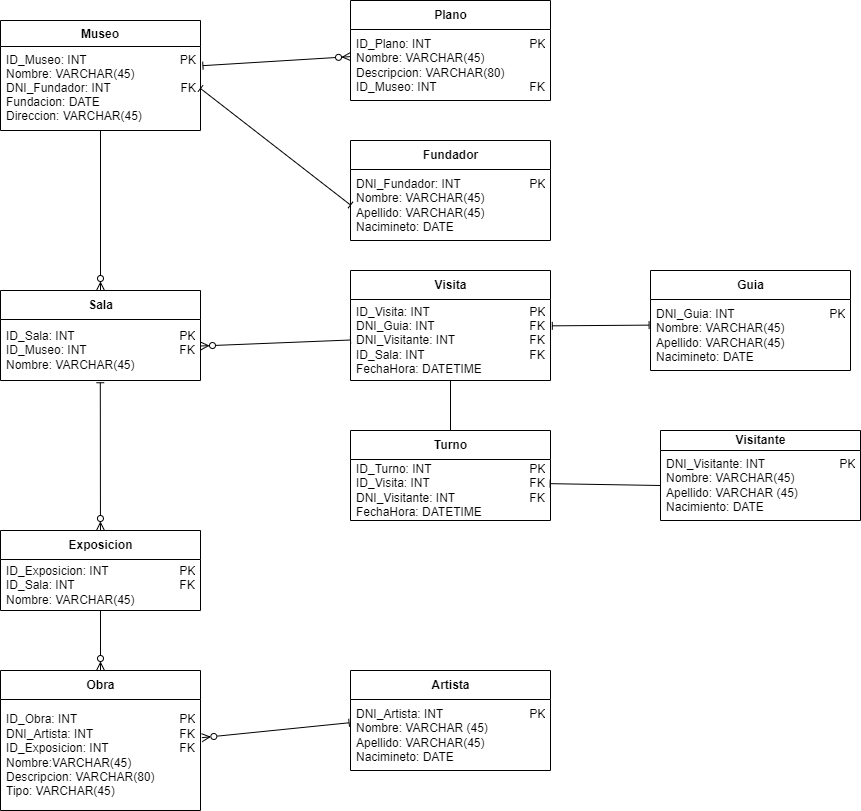
The draw.io diagram docs/Diagrama_Entidad_Relacion.drawio.png in ArturoCruz606/OlimpiadaMuseo2022, before a commit. Source tidied: cells renumbered, new cells last; positions are measured from the earlier drawing's top-left corner, leaving out a move shared by most shapes.
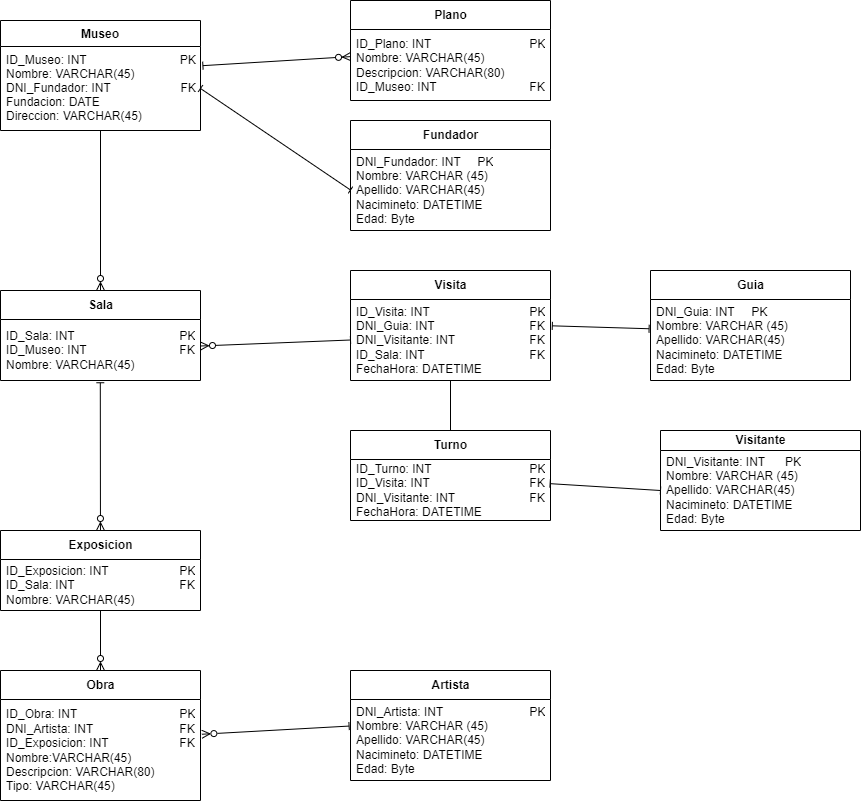
The same diagram one commit later.

Commit message:
Cambios minimos en DER

The edit, as a diff of the source:
```diff
@@ -39,10 +39,10 @@
       <mxGeometry y="29" width="200" height="81" as="geometry" />
     </mxCell>
     <mxCell id="14" value="Visitante" style="swimlane;fontStyle=1;align=center;verticalAlign=middle;horizontal=1;startSize=20;html=1;" parent="1" vertex="1">
-      <mxGeometry x="660" y="430" width="200" height="90" as="geometry" />
+      <mxGeometry x="660" y="430" width="200" height="100" as="geometry" />
     </mxCell>
-    <mxCell id="15" value="DNI_Visitante: INT&amp;nbsp;&lt;span style=&quot;white-space: pre&quot;&gt;&#9;&lt;/span&gt;&lt;span style=&quot;white-space: pre&quot;&gt;&#9;&lt;/span&gt;&lt;span style=&quot;white-space: pre&quot;&gt;&#9;&lt;/span&gt;&amp;nbsp; &amp;nbsp; PK&lt;br&gt;Nombre: VARCHAR(45)&lt;br&gt;Apellido: VARCHAR (45)&lt;br&gt;Nacimiento: DATE" style="text;html=1;strokeColor=none;fillColor=none;align=left;verticalAlign=middle;spacingLeft=4;spacingRight=4;overflow=hidden;points=[[0,0.5],[1,0.5]];portConstraint=eastwest;" parent="14" vertex="1">
-      <mxGeometry y="20" width="200" height="70" as="geometry" />
+    <mxCell id="15" value="DNI_Visitante: INT&amp;nbsp;&lt;span&gt;&#9;&lt;/span&gt;&lt;span&gt;&#9;&lt;/span&gt;&lt;span&gt;&#9;&lt;/span&gt;&amp;nbsp; &amp;nbsp; PK&lt;br&gt;Nombre: VARCHAR (45)&lt;br&gt;Apellido: VARCHAR(45)&lt;br&gt;Nacimineto: DATETIME&lt;br&gt;Edad: Byte" style="text;html=1;strokeColor=none;fillColor=none;align=left;verticalAlign=middle;spacingLeft=4;spacingRight=4;overflow=hidden;points=[[0,0.5],[1,0.5]];portConstraint=eastwest;" parent="14" vertex="1">
+      <mxGeometry y="20" width="200" height="80" as="geometry" />
     </mxCell>
     <mxCell id="16" value="Turno" style="swimlane;fontStyle=1;align=center;verticalAlign=middle;horizontal=1;startSize=29;html=1;" parent="1" vertex="1">
       <mxGeometry x="350" y="430" width="200" height="90" as="geometry" />
@@ -63,10 +63,10 @@
       <mxGeometry y="29" width="200" height="61" as="geometry" />
     </mxCell>
     <mxCell id="22" value="Guia" style="swimlane;fontStyle=1;align=center;verticalAlign=middle;horizontal=1;startSize=29;html=1;" parent="1" vertex="1">
-      <mxGeometry x="650" y="270" width="200" height="100" as="geometry" />
+      <mxGeometry x="650" y="270" width="200" height="110" as="geometry" />
     </mxCell>
-    <mxCell id="23" value="DNI_Guia: INT&lt;span style=&quot;white-space: pre&quot;&gt;&#9;&lt;/span&gt;&lt;span style=&quot;white-space: pre&quot;&gt;&#9;&lt;/span&gt;&lt;span style=&quot;white-space: pre&quot;&gt;&#9;&lt;/span&gt;&amp;nbsp; &amp;nbsp; PK&lt;br&gt;Nombre: VARCHAR(45)&lt;br&gt;Apellido: VARCHAR(45)&lt;br&gt;Nacimineto: DATE" style="text;html=1;strokeColor=none;fillColor=none;align=left;verticalAlign=middle;spacingLeft=4;spacingRight=4;overflow=hidden;points=[[0,0.5],[1,0.5]];portConstraint=eastwest;" parent="22" vertex="1">
-      <mxGeometry y="29" width="200" height="71" as="geometry" />
+    <mxCell id="23" value="DNI_Guia: INT&lt;span&gt;&#9;&lt;/span&gt;&lt;span&gt;&#9;&lt;/span&gt;&lt;span&gt;&#9;&lt;/span&gt;&amp;nbsp; &amp;nbsp; PK&lt;br&gt;Nombre: VARCHAR (45)&lt;br&gt;Apellido: VARCHAR(45)&lt;br&gt;Nacimineto: DATETIME&lt;br&gt;Edad: Byte" style="text;html=1;strokeColor=none;fillColor=none;align=left;verticalAlign=middle;spacingLeft=4;spacingRight=4;overflow=hidden;points=[[0,0.5],[1,0.5]];portConstraint=eastwest;" parent="22" vertex="1">
+      <mxGeometry y="29" width="200" height="81" as="geometry" />
     </mxCell>
     <mxCell id="24" style="edgeStyle=none;html=1;exitX=1.009;exitY=0.325;exitDx=0;exitDy=0;startArrow=baseDash;startFill=0;endArrow=baseDash;endFill=0;exitPerimeter=0;entryX=-0.007;entryY=0.361;entryDx=0;entryDy=0;entryPerimeter=0;" parent="1" edge="1" source="13" target="23">
       <mxGeometry relative="1" as="geometry" />
@@ -75,25 +75,25 @@
       <mxGeometry relative="1" as="geometry" />
     </mxCell>
     <mxCell id="26" value="Fundador" style="swimlane;fontStyle=1;align=center;verticalAlign=middle;horizontal=1;startSize=29;html=1;" parent="1" vertex="1">
-      <mxGeometry x="350" y="140" width="200" height="100" as="geometry" />
+      <mxGeometry x="350" y="120" width="200" height="110" as="geometry" />
     </mxCell>
-    <mxCell id="27" value="DNI_Fundador: INT&lt;span style=&quot;white-space: pre&quot;&gt;&#9;&lt;/span&gt;&lt;span style=&quot;white-space: pre&quot;&gt;&#9;&lt;/span&gt;&lt;span style=&quot;white-space: pre&quot;&gt;&#9;&lt;/span&gt;&amp;nbsp; &amp;nbsp; PK&lt;br&gt;Nombre: VARCHAR(45)&lt;br&gt;Apellido: VARCHAR(45)&lt;br&gt;Nacimineto: DATE" style="text;html=1;strokeColor=none;fillColor=none;align=left;verticalAlign=middle;spacingLeft=4;spacingRight=4;overflow=hidden;points=[[0,0.5],[1,0.5]];portConstraint=eastwest;" parent="26" vertex="1">
-      <mxGeometry y="29" width="200" height="71" as="geometry" />
+    <mxCell id="27" value="DNI_Fundador: INT&lt;span&gt;&#9;&lt;/span&gt;&lt;span&gt;&#9;&lt;/span&gt;&lt;span&gt;&#9;&lt;/span&gt;&amp;nbsp; &amp;nbsp; PK&lt;br&gt;Nombre: VARCHAR (45)&lt;br&gt;Apellido: VARCHAR(45)&lt;br&gt;Nacimineto: DATETIME&lt;br&gt;Edad: Byte" style="text;html=1;strokeColor=none;fillColor=none;align=left;verticalAlign=middle;spacingLeft=4;spacingRight=4;overflow=hidden;points=[[0,0.5],[1,0.5]];portConstraint=eastwest;" parent="26" vertex="1">
+      <mxGeometry y="29" width="200" height="81" as="geometry" />
     </mxCell>
     <mxCell id="28" style="edgeStyle=none;html=1;exitX=1;exitY=0.5;exitDx=0;exitDy=0;startArrow=baseDash;startFill=0;endArrow=baseDash;endFill=0;entryX=0;entryY=0.5;entryDx=0;entryDy=0;" parent="1" edge="1" source="3" target="27">
       <mxGeometry relative="1" as="geometry" />
     </mxCell>
     <mxCell id="29" value="Artista" style="swimlane;fontStyle=1;align=center;verticalAlign=middle;horizontal=1;startSize=29;html=1;" parent="1" vertex="1">
-      <mxGeometry x="350" y="670" width="200" height="100" as="geometry" />
+      <mxGeometry x="350" y="670" width="200" height="110" as="geometry" />
     </mxCell>
-    <mxCell id="30" value="&lt;span&gt;DNI_Artista: INT&lt;span style=&quot;white-space: pre&quot;&gt;&#9;&lt;/span&gt;&lt;span style=&quot;white-space: pre&quot;&gt;&#9;&lt;/span&gt;&lt;span style=&quot;white-space: pre&quot;&gt;&#9;&lt;/span&gt;&amp;nbsp; &amp;nbsp; PK&lt;/span&gt;&lt;br&gt;&lt;span&gt;Nombre: VARCHAR (45)&lt;/span&gt;&lt;br&gt;&lt;span&gt;Apellido: VARCHAR(45)&lt;/span&gt;&lt;br&gt;&lt;span&gt;Nacimineto: DATE&lt;/span&gt;" style="text;html=1;strokeColor=none;fillColor=none;align=left;verticalAlign=middle;spacingLeft=4;spacingRight=4;overflow=hidden;points=[[0,0.5],[1,0.5]];portConstraint=eastwest;" parent="29" vertex="1">
-      <mxGeometry y="29" width="200" height="71" as="geometry" />
+    <mxCell id="30" value="&lt;span&gt;DNI_Artista: INT&lt;span style=&quot;white-space: pre&quot;&gt;&#9;&lt;/span&gt;&lt;span style=&quot;white-space: pre&quot;&gt;&#9;&lt;/span&gt;&lt;span style=&quot;white-space: pre&quot;&gt;&#9;&lt;/span&gt;&amp;nbsp; &amp;nbsp; PK&lt;/span&gt;&lt;br&gt;&lt;span&gt;Nombre: VARCHAR (45)&lt;/span&gt;&lt;br&gt;&lt;span&gt;Apellido: VARCHAR(45)&lt;/span&gt;&lt;br&gt;&lt;span&gt;Nacimineto: DATETIME&lt;br&gt;Edad: Byte&lt;br&gt;&lt;/span&gt;" style="text;html=1;strokeColor=none;fillColor=none;align=left;verticalAlign=middle;spacingLeft=4;spacingRight=4;overflow=hidden;points=[[0,0.5],[1,0.5]];portConstraint=eastwest;" parent="29" vertex="1">
+      <mxGeometry y="29" width="200" height="81" as="geometry" />
     </mxCell>
     <mxCell id="31" value="Obra" style="swimlane;fontStyle=1;align=center;verticalAlign=middle;horizontal=1;startSize=29;html=1;" parent="1" vertex="1">
-      <mxGeometry y="670" width="200" height="140" as="geometry" />
+      <mxGeometry y="670" width="200" height="130" as="geometry" />
     </mxCell>
     <mxCell id="32" value="ID_Obra: INT&lt;span style=&quot;white-space: pre&quot;&gt;&#9;&lt;/span&gt;&lt;span style=&quot;white-space: pre&quot;&gt;&#9;&lt;/span&gt;&lt;span style=&quot;white-space: pre&quot;&gt;&#9;&lt;/span&gt;&lt;span style=&quot;white-space: pre&quot;&gt;&#9;&lt;/span&gt;&amp;nbsp; &amp;nbsp; PK&lt;br&gt;DNI_Artista: INT&lt;span style=&quot;white-space: pre&quot;&gt;&#9;&lt;/span&gt;&lt;span style=&quot;white-space: pre&quot;&gt;&#9;&lt;/span&gt;&lt;span style=&quot;white-space: pre&quot;&gt;&#9;&lt;/span&gt;&amp;nbsp; &amp;nbsp; FK&lt;br&gt;ID_Exposicion: INT&lt;span style=&quot;white-space: pre&quot;&gt;&#9;&lt;/span&gt;&lt;span style=&quot;white-space: pre&quot;&gt;&#9;&lt;/span&gt;&lt;span style=&quot;white-space: pre&quot;&gt;&#9;&lt;/span&gt;&amp;nbsp; &amp;nbsp; FK&lt;br&gt;Nombre:VARCHAR(45)&lt;br&gt;Descripcion: VARCHAR(80)&lt;br&gt;Tipo: VARCHAR(45)" style="text;html=1;strokeColor=none;fillColor=none;align=left;verticalAlign=middle;spacingLeft=4;spacingRight=4;overflow=hidden;points=[[0,0.5],[1,0.5]];portConstraint=eastwest;" parent="31" vertex="1">
-      <mxGeometry y="29" width="200" height="111" as="geometry" />
+      <mxGeometry y="29" width="200" height="101" as="geometry" />
     </mxCell>
     <mxCell id="33" style="edgeStyle=none;html=1;entryX=1.007;entryY=0.344;entryDx=0;entryDy=0;entryPerimeter=0;startArrow=baseDash;startFill=0;endArrow=ERzeroToMany;endFill=0;exitX=-0.007;exitY=0.328;exitDx=0;exitDy=0;exitPerimeter=0;" parent="1" edge="1" source="30" target="32">
       <mxGeometry relative="1" as="geometry" />
```
